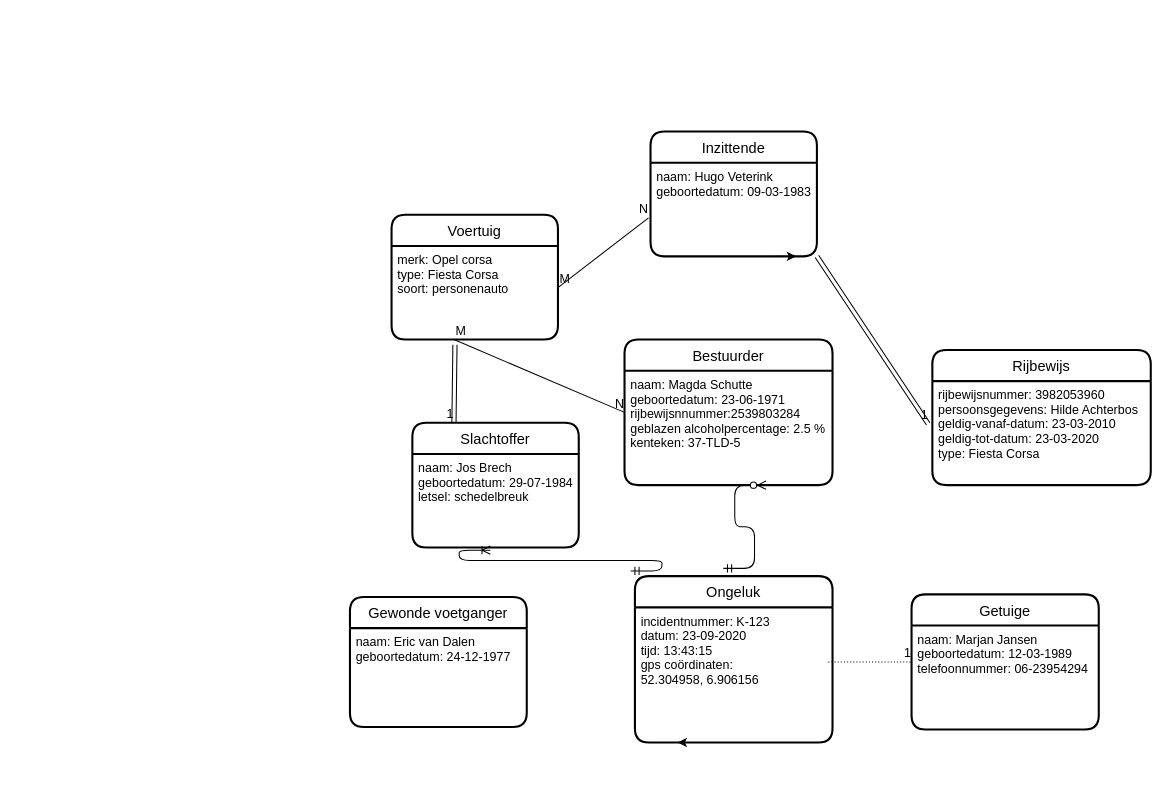
This is Untitled Diagram.drawio from tomschutte2810/tomschutte, a draw.io file, before an edit. Source tidied: cells renumbered, new cells numbered last; positions are measured from the earlier drawing's top-left corner, leaving out a move shared by most shapes. Both pictures are drawn from the tidied source at 104%, with x=0, y=0 at pixel (349, 131).
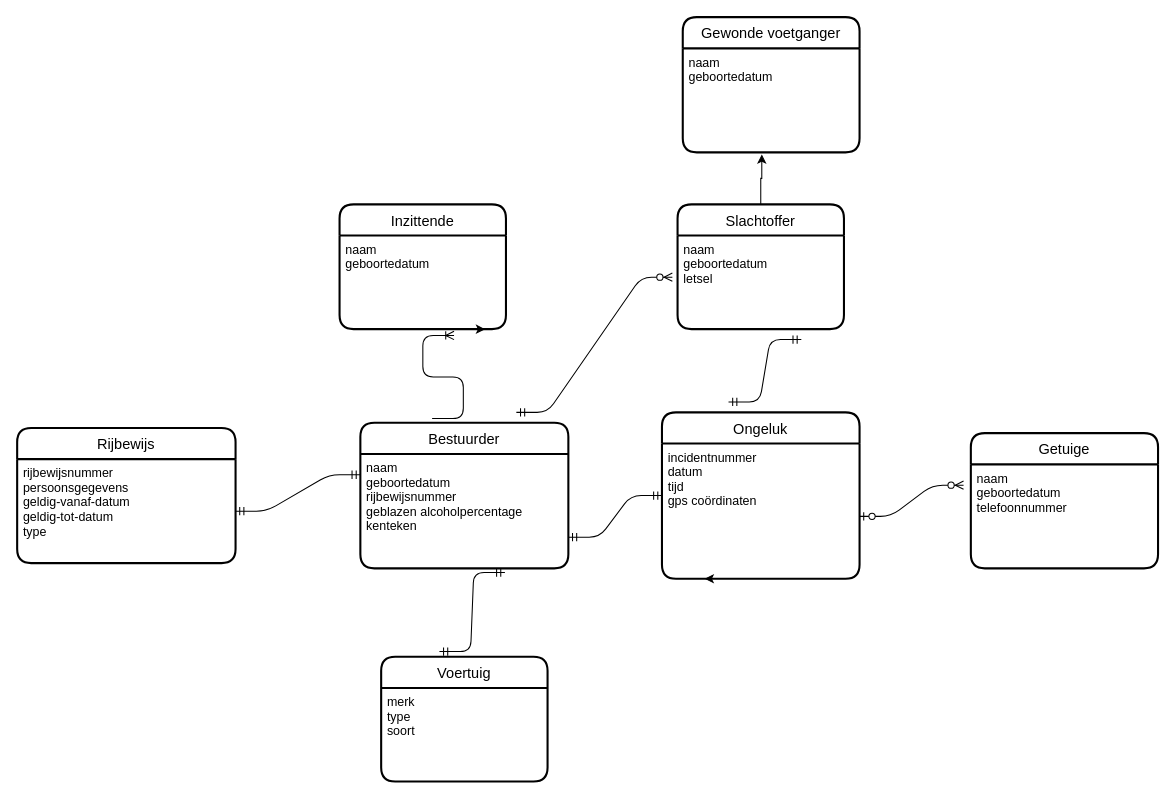
Above is the later version.

What changed in the source:
```diff
@@
+    <mxCell id="12" value="Bestuurder" style="swimlane;horizontal=1;startSize=30;rounded=1;fontSize=14;fontStyle=0;strokeWidth=2;shadow=0;dashed=0;align=center;" parent="1" vertex="1">
+      <mxGeometry x="10" y="280" width="200" height="140" as="geometry" />
+    </mxCell>
+    <mxCell id="13" value="naam&#10;geboortedatum&#10;rijbewijsnummer&#10;geblazen alcoholpercentage&#10;kenteken&#10;" style="align=left;strokeColor=none;fillColor=none;spacingLeft=4;fontSize=12;verticalAlign=top;" parent="12" vertex="1">
+      <mxGeometry y="30" width="200" height="110" as="geometry" />
+    </mxCell>
+    <mxCell id="34" style="edgeStyle=entityRelationEdgeStyle;fontSize=12;html=1;endArrow=ERmandOne;startArrow=ERmandOne;entryX=0.695;entryY=1.036;entryDx=0;entryDy=0;entryPerimeter=0;" parent="12" edge="1" target="13">
+      <mxGeometry relative="1" as="geometry">
+        <mxPoint x="76" y="220" as="sourcePoint" />
+      </mxGeometry>
+    </mxCell>
+    <mxCell id="15" value="Ongeluk" style="swimlane;horizontal=1;startSize=30;rounded=1;fontSize=14;fontStyle=0;strokeWidth=2;shadow=0;dashed=0;align=center;" parent="1" vertex="1">
+      <mxGeometry x="300" y="270" width="190" height="160" as="geometry" />
+    </mxCell>
+    <mxCell id="16" value="incidentnummer&#10;datum&#10;tijd&#10;gps coördinaten&#10;" style="align=left;strokeColor=none;fillColor=none;spacingLeft=4;fontSize=12;verticalAlign=top;" parent="15" vertex="1">
+      <mxGeometry y="30" width="190" height="130" as="geometry" />
+    </mxCell>
+    <mxCell id="17" style="edgeStyle=orthogonalEdgeStyle;rounded=0;orthogonalLoop=1;jettySize=auto;html=1;exitX=0.25;exitY=1;exitDx=0;exitDy=0;entryX=0.216;entryY=1;entryDx=0;entryDy=0;entryPerimeter=0;" parent="15" edge="1" source="16" target="16">
+      <mxGeometry relative="1" as="geometry" />
+    </mxCell>
+    <mxCell id="35" style="edgeStyle=entityRelationEdgeStyle;fontSize=12;html=1;endArrow=ERmandOne;startArrow=ERmandOne;entryX=0;entryY=0.5;entryDx=0;entryDy=0;" parent="1" edge="1" target="15">
+      <mxGeometry relative="1" as="geometry">
+        <mxPoint x="210" y="390" as="sourcePoint" />
+      </mxGeometry>
+    </mxCell>
     <mxCell id="2" value="Voertuig" style="swimlane;horizontal=1;startSize=30;rounded=1;fontSize=14;fontStyle=0;strokeWidth=2;shadow=0;dashed=0;align=center;" parent="1" vertex="1">
-      <mxGeometry x="40" y="80" width="160" height="120" as="geometry" />
+      <mxGeometry x="30" y="505" width="160" height="120" as="geometry" />
     </mxCell>
-    <mxCell id="3" value="merk: Opel corsa&#10;type: Fiesta Corsa&#10;soort: personenauto" style="align=left;strokeColor=none;fillColor=none;spacingLeft=4;fontSize=12;verticalAlign=top;" parent="2" vertex="1">
+    <mxCell id="3" value="merk&#10;type&#10;soort" style="align=left;strokeColor=none;fillColor=none;spacingLeft=4;fontSize=12;verticalAlign=top;" parent="2" vertex="1">
       <mxGeometry y="30" width="160" height="90" as="geometry" />
     </mxCell>
     <mxCell id="4" value="Getuige" style="swimlane;horizontal=1;startSize=30;rounded=1;fontSize=14;fontStyle=0;strokeWidth=2;shadow=0;dashed=0;align=center;" parent="1" vertex="1">
-      <mxGeometry x="540" y="445" width="180" height="130" as="geometry" />
+      <mxGeometry x="597" y="290" width="180" height="130" as="geometry" />
     </mxCell>
-    <mxCell id="5" value="naam: Marjan Jansen&#10;geboortedatum: 12-03-1989&#10;telefoonnummer: 06-23954294" style="align=left;strokeColor=none;fillColor=none;spacingLeft=4;fontSize=12;verticalAlign=top;" parent="4" vertex="1">
+    <mxCell id="5" value="naam&#10;geboortedatum &#10;telefoonnummer " style="align=left;strokeColor=none;fillColor=none;spacingLeft=4;fontSize=12;verticalAlign=top;" parent="4" vertex="1">
       <mxGeometry y="30" width="180" height="100" as="geometry" />
     </mxCell>
-    <mxCell id="6" style="shape=link;html=1;rounded=0;entryX=-0.019;entryY=0.411;entryDx=0;entryDy=0;entryPerimeter=0;exitX=1;exitY=1;exitDx=0;exitDy=0;" parent="1" edge="1" source="22" target="25">
-      <mxGeometry relative="1" as="geometry" />
-    </mxCell>
-    <mxCell id="7" value="1" style="html=1;align=right;verticalAlign=bottom;" parent="6" vertex="1">
-      <mxGeometry x="1" relative="1" as="geometry" />
-    </mxCell>
-    <mxCell id="8" style="endArrow=none;html=1;rounded=0;dashed=1;dashPattern=1 2;entryX=0;entryY=0.35;entryDx=0;entryDy=0;entryPerimeter=0;" parent="1" edge="1" target="5">
-      <mxGeometry relative="1" as="geometry">
-        <mxPoint x="460" y="510" as="sourcePoint" />
-      </mxGeometry>
-    </mxCell>
-    <mxCell id="9" value="1" style="html=1;align=right;verticalAlign=bottom;" parent="8" vertex="1">
-      <mxGeometry x="1" relative="1" as="geometry" />
-    </mxCell>
+    <mxCell id="36" style="edgeStyle=entityRelationEdgeStyle;fontSize=12;html=1;endArrow=ERzeroToMany;startArrow=ERzeroToOne;" parent="1" edge="1">
+      <mxGeometry relative="1" as="geometry">
+        <mxPoint x="490" y="370" as="sourcePoint" />
+        <mxPoint x="590" y="340" as="targetPoint" />
+      </mxGeometry>
+    </mxCell>
+    <mxCell id="37" style="edgeStyle=orthogonalEdgeStyle;rounded=0;jettySize=auto;html=1;entryX=0.447;entryY=1.02;entryDx=0;entryDy=0;entryPerimeter=0;" parent="1" edge="1" source="10" target="20">
+      <mxGeometry relative="1" as="geometry" />
+    </mxCell>
     <mxCell id="10" value="Slachtoffer" style="swimlane;horizontal=1;startSize=30;rounded=1;fontSize=14;fontStyle=0;strokeWidth=2;shadow=0;dashed=0;align=center;" parent="1" vertex="1">
-      <mxGeometry x="60" y="280" width="160" height="120" as="geometry" />
+      <mxGeometry x="315" y="70" width="160" height="120" as="geometry" />
     </mxCell>
-    <mxCell id="11" value="naam: Jos Brech&#10;geboortedatum: 29-07-1984&#10;letsel: schedelbreuk&#10;" style="align=left;strokeColor=none;fillColor=none;spacingLeft=4;fontSize=12;verticalAlign=top;" parent="10" vertex="1">
+    <mxCell id="11" value="naam&#10;geboortedatum&#10;letsel&#10;" style="align=left;strokeColor=none;fillColor=none;spacingLeft=4;fontSize=12;verticalAlign=top;" parent="10" vertex="1">
       <mxGeometry y="30" width="160" height="90" as="geometry" />
     </mxCell>
-    <mxCell id="12" value="Bestuurder" style="swimlane;horizontal=1;startSize=30;rounded=1;fontSize=14;fontStyle=0;strokeWidth=2;shadow=0;dashed=0;align=center;" parent="1" vertex="1">
-      <mxGeometry x="264" y="200" width="200" height="140" as="geometry" />
-    </mxCell>
-    <mxCell id="13" value="naam: Magda Schutte&#10;geboortedatum: 23-06-1971&#10;rijbewijsnnummer:2539803284&#10;geblazen alcoholpercentage: 2.5 %&#10;kenteken: 37-TLD-5&#10;" style="align=left;strokeColor=none;fillColor=none;spacingLeft=4;fontSize=12;verticalAlign=top;" parent="12" vertex="1">
-      <mxGeometry y="30" width="200" height="110" as="geometry" />
-    </mxCell>
-    <mxCell id="14" style="edgeStyle=entityRelationEdgeStyle;fontSize=12;html=1;endArrow=ERzeroToMany;startArrow=ERmandOne;" parent="12" edge="1">
-      <mxGeometry relative="1" as="geometry">
-        <mxPoint x="95" y="220" as="sourcePoint" />
-        <mxPoint x="136" y="140" as="targetPoint" />
-      </mxGeometry>
-    </mxCell>
-    <mxCell id="15" value="Ongeluk" style="swimlane;horizontal=1;startSize=30;rounded=1;fontSize=14;fontStyle=0;strokeWidth=2;shadow=0;dashed=0;align=center;" parent="1" vertex="1">
-      <mxGeometry x="274" y="427.5" width="190" height="160" as="geometry" />
-    </mxCell>
-    <mxCell id="16" value="incidentnummer: K-123&#10;datum: 23-09-2020&#10;tijd: 13:43:15&#10;gps coördinaten: &#10;52.304958, 6.906156" style="align=left;strokeColor=none;fillColor=none;spacingLeft=4;fontSize=12;verticalAlign=top;" parent="15" vertex="1">
-      <mxGeometry y="30" width="190" height="130" as="geometry" />
-    </mxCell>
-    <mxCell id="17" style="edgeStyle=orthogonalEdgeStyle;rounded=0;orthogonalLoop=1;jettySize=auto;html=1;exitX=0.25;exitY=1;exitDx=0;exitDy=0;entryX=0.216;entryY=1;entryDx=0;entryDy=0;entryPerimeter=0;" parent="15" edge="1" source="16" target="16">
-      <mxGeometry relative="1" as="geometry" />
-    </mxCell>
+    <mxCell id="38" style="edgeStyle=entityRelationEdgeStyle;fontSize=12;html=1;endArrow=ERoneToMany;entryX=0.688;entryY=1.067;entryDx=0;entryDy=0;entryPerimeter=0;exitX=0.345;exitY=-0.029;exitDx=0;exitDy=0;exitPerimeter=0;" parent="1" edge="1" source="12" target="22">
+      <mxGeometry relative="1" as="geometry" />
+    </mxCell>
     <mxCell id="18" value="Gewonde voetganger" style="swimlane;horizontal=1;startSize=30;rounded=1;fontSize=14;fontStyle=0;strokeWidth=2;shadow=0;dashed=0;align=center;" parent="1" vertex="1">
-      <mxGeometry y="447.5" width="170" height="125" as="geometry" />
+      <mxGeometry x="320" y="-110" width="170" height="130" as="geometry" />
     </mxCell>
-    <mxCell id="19" style="edgeStyle=entityRelationEdgeStyle;fontSize=12;html=1;endArrow=ERoneToMany;startArrow=ERmandOne;" parent="18" edge="1">
-      <mxGeometry relative="1" as="geometry">
-        <mxPoint x="270" y="-25" as="sourcePoint" />
-        <mxPoint x="135" y="-45" as="targetPoint" />
-      </mxGeometry>
-    </mxCell>
-    <mxCell id="20" value="naam: Eric van Dalen&#10;geboortedatum: 24-12-1977" style="align=left;strokeColor=none;fillColor=none;spacingLeft=4;fontSize=12;verticalAlign=top;" parent="18" vertex="1">
-      <mxGeometry y="30" width="170" height="95" as="geometry" />
+    <mxCell id="20" value="naam&#10;geboortedatum " style="align=left;strokeColor=none;fillColor=none;spacingLeft=4;fontSize=12;verticalAlign=top;" parent="18" vertex="1">
+      <mxGeometry y="30" width="170" height="100" as="geometry" />
     </mxCell>
+    <mxCell id="39" style="edgeStyle=entityRelationEdgeStyle;fontSize=12;html=1;endArrow=ERmandOne;startArrow=ERmandOne;" parent="1" edge="1">
+      <mxGeometry relative="1" as="geometry">
+        <mxPoint x="364" y="260" as="sourcePoint" />
+        <mxPoint x="434" y="200" as="targetPoint" />
+      </mxGeometry>
+    </mxCell>
+    <mxCell id="40" style="edgeStyle=entityRelationEdgeStyle;fontSize=12;html=1;endArrow=ERmandOne;startArrow=ERmandOne;exitX=1;exitY=0.5;exitDx=0;exitDy=0;entryX=0;entryY=0.182;entryDx=0;entryDy=0;entryPerimeter=0;" parent="1" edge="1" source="25" target="13">
+      <mxGeometry relative="1" as="geometry" />
+    </mxCell>
+    <mxCell id="24" value="Rijbewijs" style="swimlane;horizontal=1;startSize=30;rounded=1;fontSize=14;fontStyle=0;strokeWidth=2;shadow=0;dashed=0;align=center;" parent="1" vertex="1">
+      <mxGeometry x="-320" y="285" width="210" height="130" as="geometry" />
+    </mxCell>
+    <mxCell id="25" value="rijbewijsnummer&#10;persoonsgegevens&#10;geldig-vanaf-datum&#10;geldig-tot-datum&#10;type" style="align=left;strokeColor=none;fillColor=none;spacingLeft=4;fontSize=12;verticalAlign=top;" parent="24" vertex="1">
+      <mxGeometry y="30" width="210" height="100" as="geometry" />
+    </mxCell>
     <mxCell id="21" value="Inzittende" style="swimlane;horizontal=1;startSize=30;rounded=1;fontSize=14;fontStyle=0;strokeWidth=2;shadow=0;dashed=0;align=center;" parent="1" vertex="1">
-      <mxGeometry x="289" width="160" height="120" as="geometry" />
+      <mxGeometry x="-10" y="70" width="160" height="120" as="geometry" />
     </mxCell>
-    <mxCell id="22" value="naam: Hugo Veterink&#10;geboortedatum: 09-03-1983&#10;" style="align=left;strokeColor=none;fillColor=none;spacingLeft=4;fontSize=12;verticalAlign=top;" parent="21" vertex="1">
+    <mxCell id="22" value="naam&#10;geboortedatum&#10;" style="align=left;strokeColor=none;fillColor=none;spacingLeft=4;fontSize=12;verticalAlign=top;" parent="21" vertex="1">
       <mxGeometry y="30" width="160" height="90" as="geometry" />
     </mxCell>
@@
-    <mxCell id="24" value="Rijbewijs" style="swimlane;horizontal=1;startSize=30;rounded=1;fontSize=14;fontStyle=0;strokeWidth=2;shadow=0;dashed=0;align=center;" parent="1" vertex="1">
-      <mxGeometry x="560" y="210" width="210" height="130" as="geometry" />
-    </mxCell>
-    <mxCell id="25" value="rijbewijsnummer: 3982053960&#10;persoonsgegevens: Hilde Achterbos&#10;geldig-vanaf-datum: 23-03-2010&#10;geldig-tot-datum: 23-03-2020&#10;type: Fiesta Corsa" style="align=left;strokeColor=none;fillColor=none;spacingLeft=4;fontSize=12;verticalAlign=top;" parent="24" vertex="1">
-      <mxGeometry y="30" width="210" height="100" as="geometry" />
-    </mxCell>
-    <mxCell id="26" style="endArrow=none;html=1;rounded=0;entryX=0;entryY=0.5;entryDx=0;entryDy=0;" parent="1" edge="1" target="12">
-      <mxGeometry relative="1" as="geometry">
-        <mxPoint x="100" y="200" as="sourcePoint" />
-      </mxGeometry>
-    </mxCell>
-    <mxCell id="27" value="M" style="html=1;align=left;verticalAlign=bottom;" parent="26" vertex="1">
-      <mxGeometry x="-1" relative="1" as="geometry" />
-    </mxCell>
-    <mxCell id="28" value="N" style="html=1;align=right;verticalAlign=bottom;" parent="26" vertex="1">
-      <mxGeometry x="1" relative="1" as="geometry" />
-    </mxCell>
-    <mxCell id="29" style="endArrow=none;html=1;rounded=0;entryX=-0.012;entryY=0.589;entryDx=0;entryDy=0;entryPerimeter=0;" parent="1" edge="1" target="22">
-      <mxGeometry relative="1" as="geometry">
-        <mxPoint x="200" y="150" as="sourcePoint" />
-      </mxGeometry>
-    </mxCell>
-    <mxCell id="30" value="M" style="html=1;align=left;verticalAlign=bottom;" parent="29" vertex="1">
-      <mxGeometry x="-1" relative="1" as="geometry" />
-    </mxCell>
-    <mxCell id="31" value="N" style="html=1;align=right;verticalAlign=bottom;" parent="29" vertex="1">
-      <mxGeometry x="1" relative="1" as="geometry" />
-    </mxCell>
-    <mxCell id="32" style="shape=link;html=1;rounded=0;entryX=0.25;entryY=0;entryDx=0;entryDy=0;exitX=0.381;exitY=1.056;exitDx=0;exitDy=0;exitPerimeter=0;" parent="1" edge="1" source="3" target="10">
-      <mxGeometry relative="1" as="geometry" />
-    </mxCell>
-    <mxCell id="33" value="1" style="html=1;align=right;verticalAlign=bottom;" parent="32" vertex="1">
-      <mxGeometry x="1" relative="1" as="geometry" />
-    </mxCell>
+    <mxCell id="41" style="edgeStyle=entityRelationEdgeStyle;fontSize=12;html=1;endArrow=ERzeroToMany;startArrow=ERmandOne;" parent="1" edge="1">
+      <mxGeometry relative="1" as="geometry">
+        <mxPoint x="160" y="270" as="sourcePoint" />
+        <mxPoint x="310" y="140" as="targetPoint" />
+      </mxGeometry>
+    </mxCell>
```
